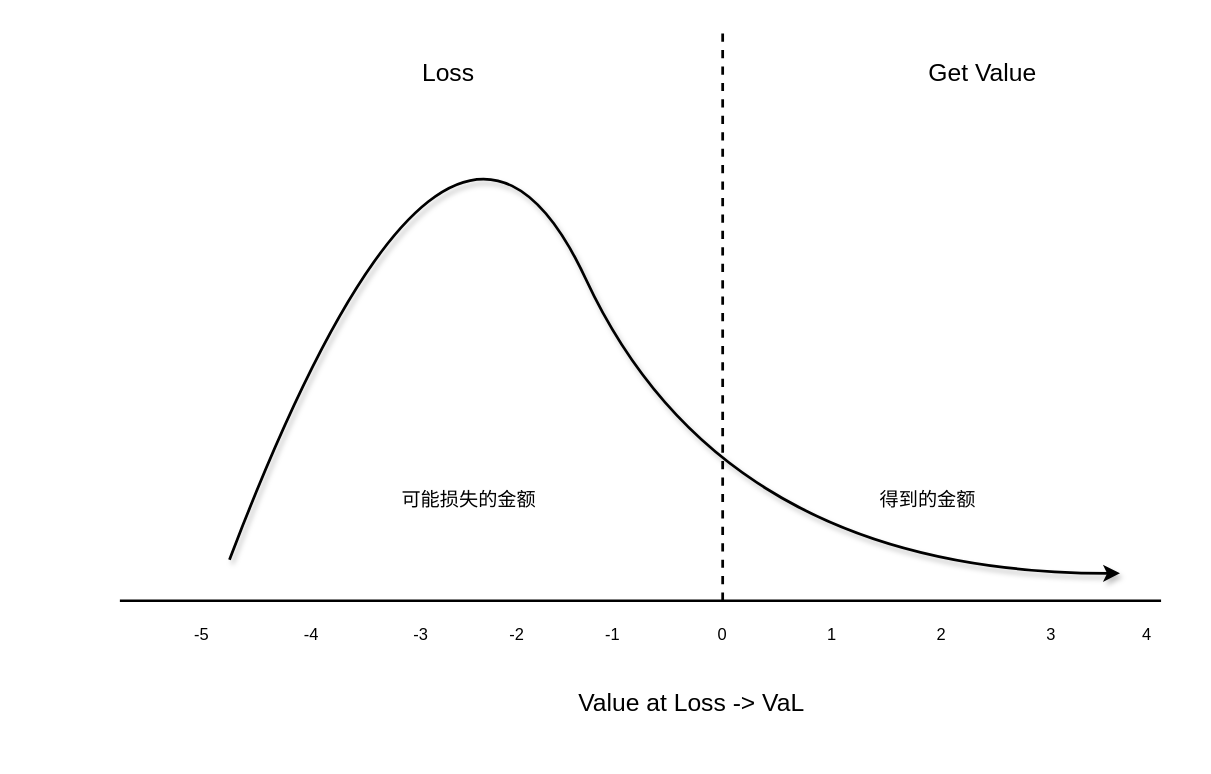
Earlier version of the draw.io diagram ethereum-research/PoS & value-at-loss.drawio (0xyicheng/a-research-diagram). Source tidied: cells renumbered, new cells numbered last; positions are measured from the earlier drawing's top-left corner, leaving out a move shared by most shapes. Both pictures are drawn from the tidied source at 137%, with x=0, y=0 at pixel (119, -16).
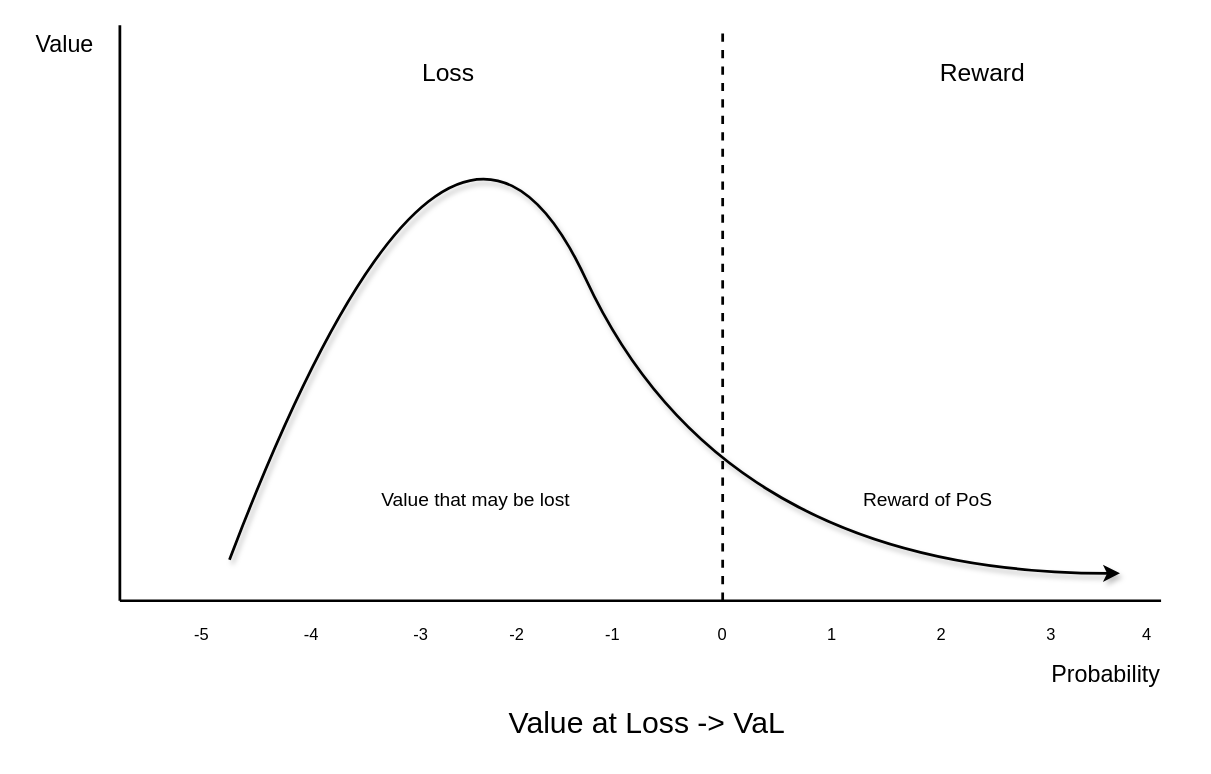
Above is the later version.

Change to the diagram source:
```diff
@@
-    <mxCell id="16" value="&lt;font style=&quot;font-size: 18px;&quot;&gt;Get Value&lt;/font&gt;" style="text;html=1;strokeColor=none;fillColor=none;align=center;verticalAlign=middle;whiteSpace=wrap;rounded=0;" parent="1" vertex="1">
+    <mxCell id="16" value="&lt;font style=&quot;font-size: 18px;&quot;&gt;Reward&lt;/font&gt;" style="text;html=1;strokeColor=none;fillColor=none;align=center;verticalAlign=middle;whiteSpace=wrap;rounded=0;" parent="1" vertex="1">
       <mxGeometry x="580" y="50" width="100" height="30" as="geometry" />
     </mxCell>
-    <mxCell id="17" value="&lt;span style=&quot;font-size: 14px;&quot;&gt;可能损失的金额&lt;/span&gt;" style="text;html=1;strokeColor=none;fillColor=none;align=center;verticalAlign=middle;whiteSpace=wrap;rounded=0;fontSize=18;" parent="1" vertex="1">
-      <mxGeometry x="180" y="370" width="150" height="10" as="geometry" />
+    <mxCell id="17" value="&lt;span style=&quot;font-size: 14px;&quot;&gt;Value that may be lost&lt;/span&gt;" style="text;html=1;strokeColor=none;fillColor=none;align=center;verticalAlign=middle;whiteSpace=wrap;rounded=0;fontSize=18;" parent="1" vertex="1">
+      <mxGeometry x="180" y="370" width="160" height="10" as="geometry" />
     </mxCell>
-    <mxCell id="18" value="&lt;span style=&quot;font-size: 14px;&quot;&gt;得到的金额&lt;/span&gt;" style="text;html=1;strokeColor=none;fillColor=none;align=center;verticalAlign=middle;whiteSpace=wrap;rounded=0;fontSize=18;" parent="1" vertex="1">
+    <mxCell id="18" value="&lt;span style=&quot;font-size: 14px;&quot;&gt;Reward of PoS&lt;/span&gt;" style="text;html=1;strokeColor=none;fillColor=none;align=center;verticalAlign=middle;whiteSpace=wrap;rounded=0;fontSize=18;" parent="1" vertex="1">
       <mxGeometry x="540" y="370" width="100" height="10" as="geometry" />
     </mxCell>
-    <mxCell id="19" value="&lt;span style=&quot;font-size: 18px;&quot;&gt;Value at Loss -&amp;gt; VaL&lt;/span&gt;" style="text;html=1;strokeColor=none;fillColor=none;align=center;verticalAlign=middle;whiteSpace=wrap;rounded=0;" parent="1" vertex="1">
-      <mxGeometry x="320" y="510" width="195" height="30" as="geometry" />
+    <mxCell id="19" value="&lt;font style=&quot;font-size: 22px;&quot;&gt;Value at Loss -&amp;gt; VaL&lt;/font&gt;" style="text;html=1;strokeColor=none;fillColor=none;align=center;verticalAlign=middle;whiteSpace=wrap;rounded=0;" parent="1" vertex="1">
+      <mxGeometry x="264" y="520" width="242" height="40" as="geometry" />
     </mxCell>
+    <mxCell id="20" style="endArrow=none;html=1;rounded=0;shadow=0;sketch=0;fontSize=14;strokeWidth=2;" parent="1" edge="1">
+      <mxGeometry relative="1" as="geometry">
+        <mxPoint y="450" as="sourcePoint" />
+        <mxPoint y="30" as="targetPoint" />
+      </mxGeometry>
+    </mxCell>
+    <mxCell id="21" value="Probability" style="text;html=1;strokeColor=none;fillColor=none;align=center;verticalAlign=middle;whiteSpace=wrap;rounded=0;fontSize=17;" parent="1" vertex="1">
+      <mxGeometry x="690" y="490" width="60" height="30" as="geometry" />
+    </mxCell>
+    <mxCell id="22" value="Value" style="text;html=1;strokeColor=none;fillColor=none;align=center;verticalAlign=middle;whiteSpace=wrap;rounded=0;fontSize=17;" parent="1" vertex="1">
+      <mxGeometry x="-70" y="30" width="60" height="30" as="geometry" />
+    </mxCell>
```
